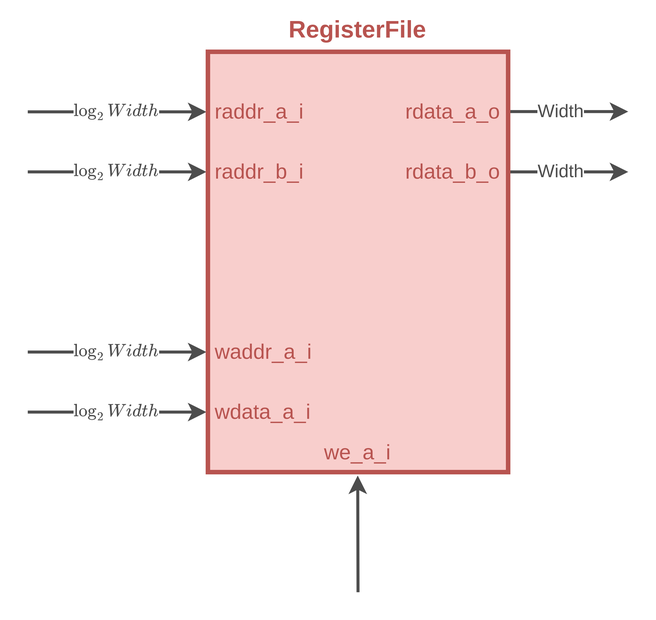
Above: xmint/design/RegisterFile.png in Dark-GreenCat/xmint (draw.io), before the change. Source tidied: cells renumbered, new cells last; positions are measured from the earlier drawing's top-left corner, leaving out a move shared by most shapes.
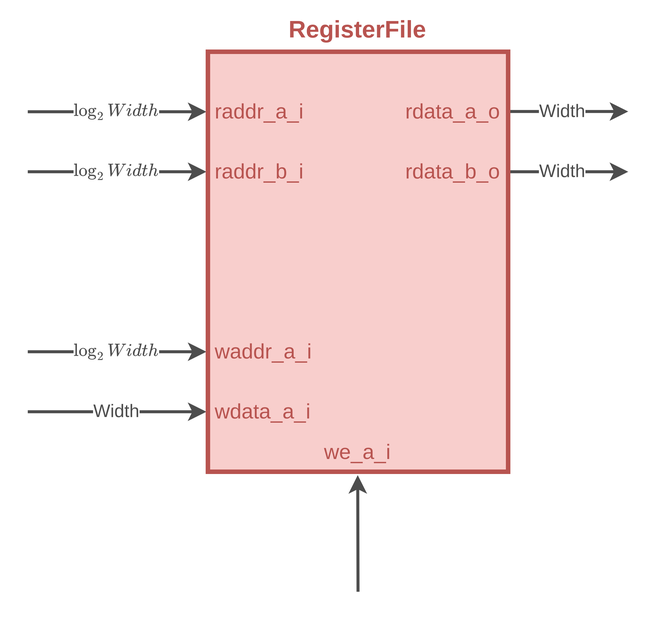
Above is the later version.

Diff of the diagram source:
```diff
@@ -33,7 +33,7 @@
         <mxPoint x="119" y="260" as="targetPoint" />
       </mxGeometry>
     </mxCell>
-    <mxCell id="7" value="$$\log_2{Width}$$" style="edgeLabel;html=1;align=center;verticalAlign=middle;fontSize=10;fontColor=#4D4D4D;" parent="6" vertex="1">
+    <mxCell id="7" value="&lt;font style=&quot;font-size: 12px;&quot;&gt;Width&lt;/font&gt;" style="edgeLabel;html=1;align=center;verticalAlign=middle;fontSize=10;fontColor=#4D4D4D;" parent="6" vertex="1">
       <mxGeometry x="0.21" y="1" relative="1" as="geometry">
         <mxPoint x="-13" y="1" as="offset" />
       </mxGeometry>
```
